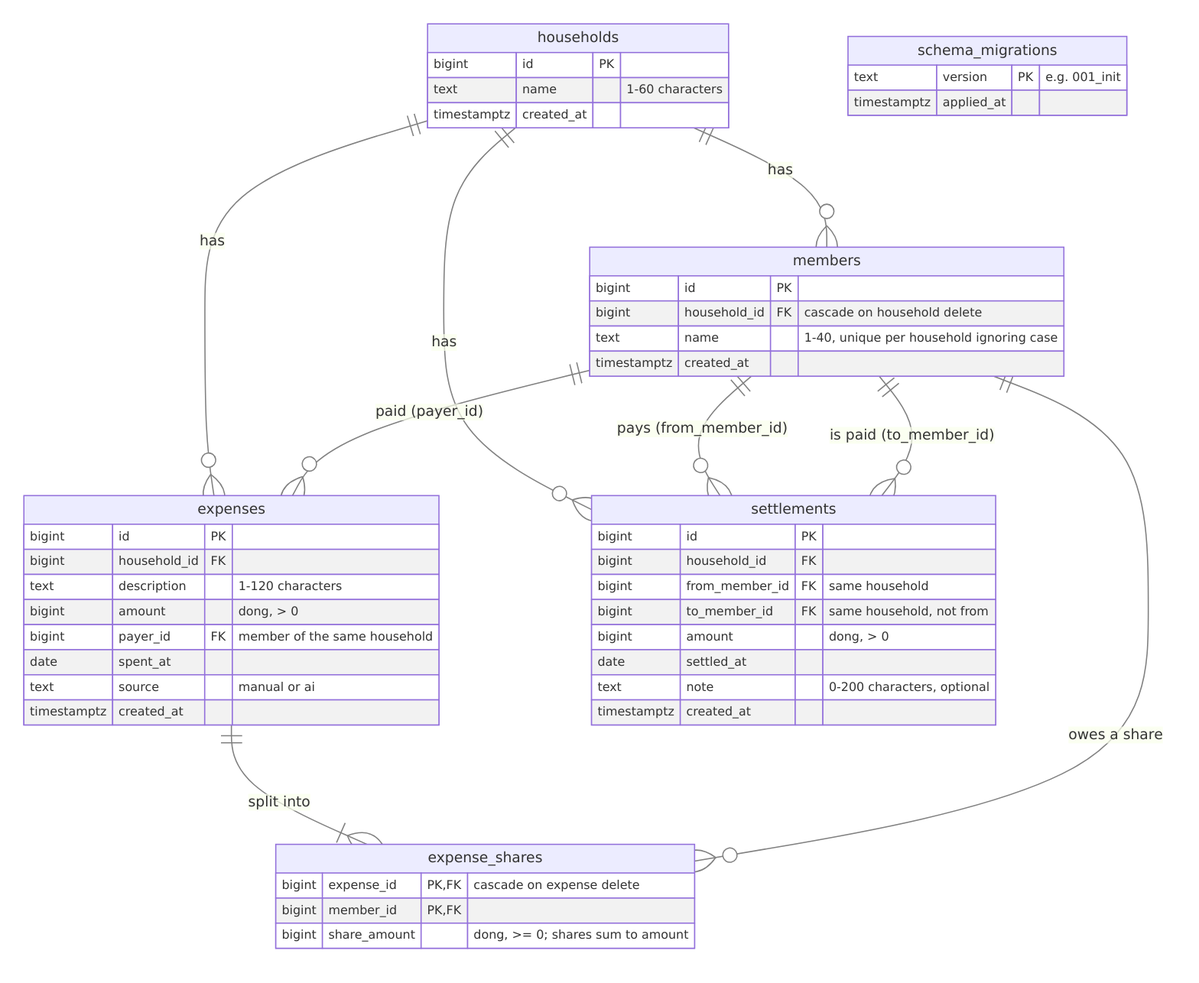
Above: docs/diagrams/er.png in NeitLN/Fair-Share (Mermaid), before the change. Its source is kept beside it as docs/diagrams/er.mmd.
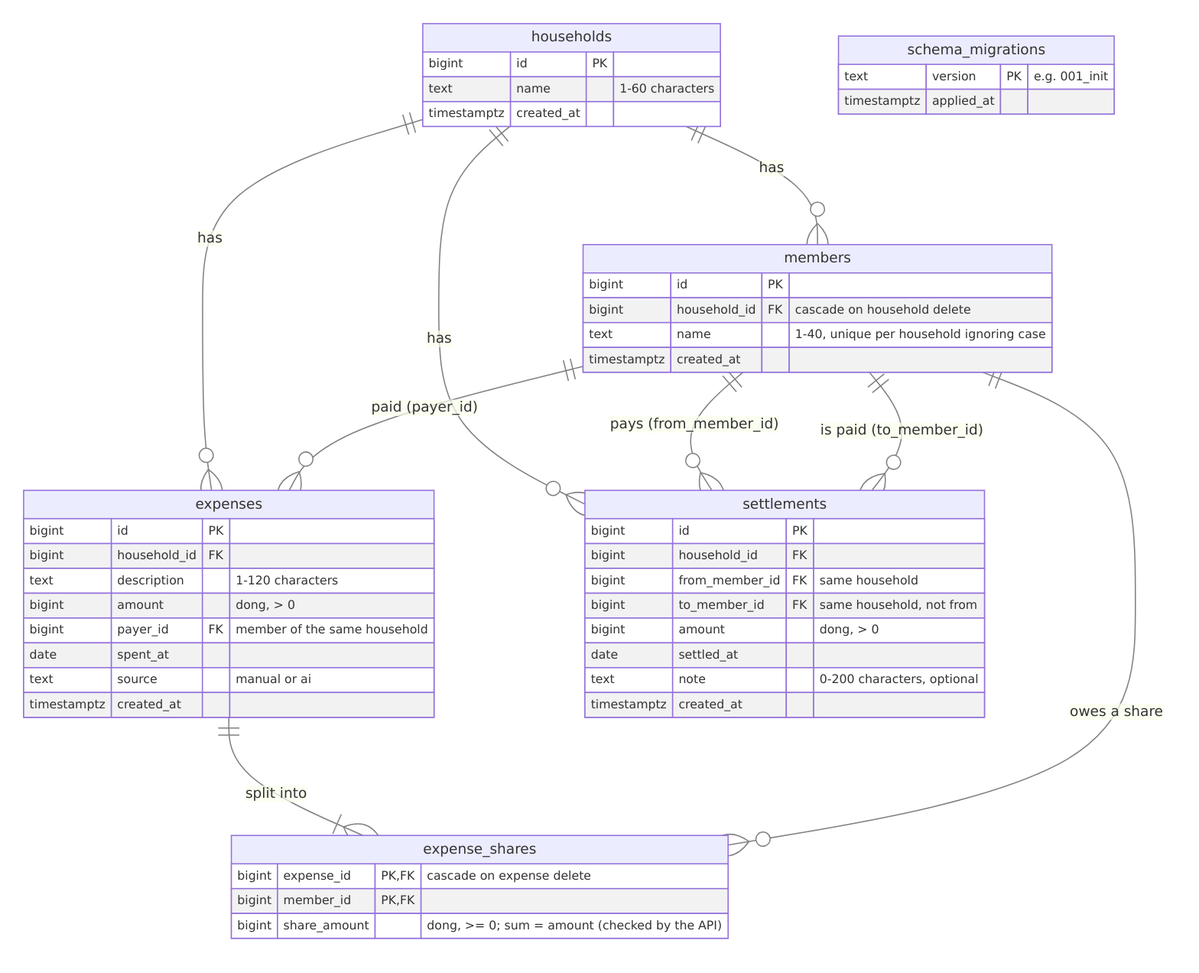
The same diagram one commit later.

Commit message:
docs(diagrams): the share sum is checked by the API, not the database

From Tiến's review of #112: the ER note on expense_shares said "shares
sum to amount", which reads like a database constraint. The database
checks each share (>= 0); the API guarantees the sum. Re-rendered the
SVG and PNG.

Refs #47

Change to the diagram source:
```diff
@@ -32,7 +32,7 @@
     expense_shares {
         bigint expense_id PK, FK "cascade on expense delete"
         bigint member_id PK, FK
-        bigint share_amount "dong, >= 0; shares sum to amount"
+        bigint share_amount "dong, >= 0; sum = amount (checked by the API)"
     }
     settlements {
         bigint id PK
```
